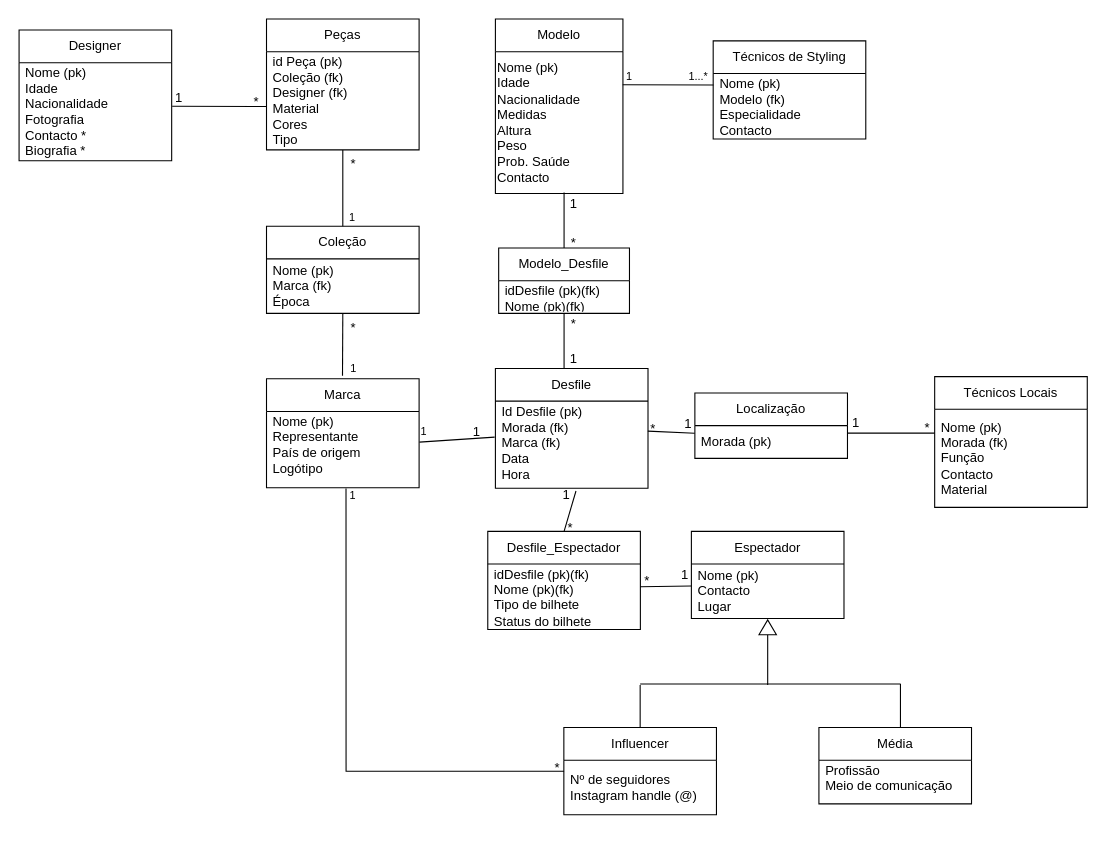
Above: uml_database.drawio in le0nor/BD2425-707 (draw.io), before the change. Source tidied: cells renumbered, new cells numbered last; positions are measured from the earlier drawing's top-left corner, leaving out a move shared by most shapes. Both pictures are drawn from the tidied source at 109%, with x=0, y=0 at pixel (19, 19).
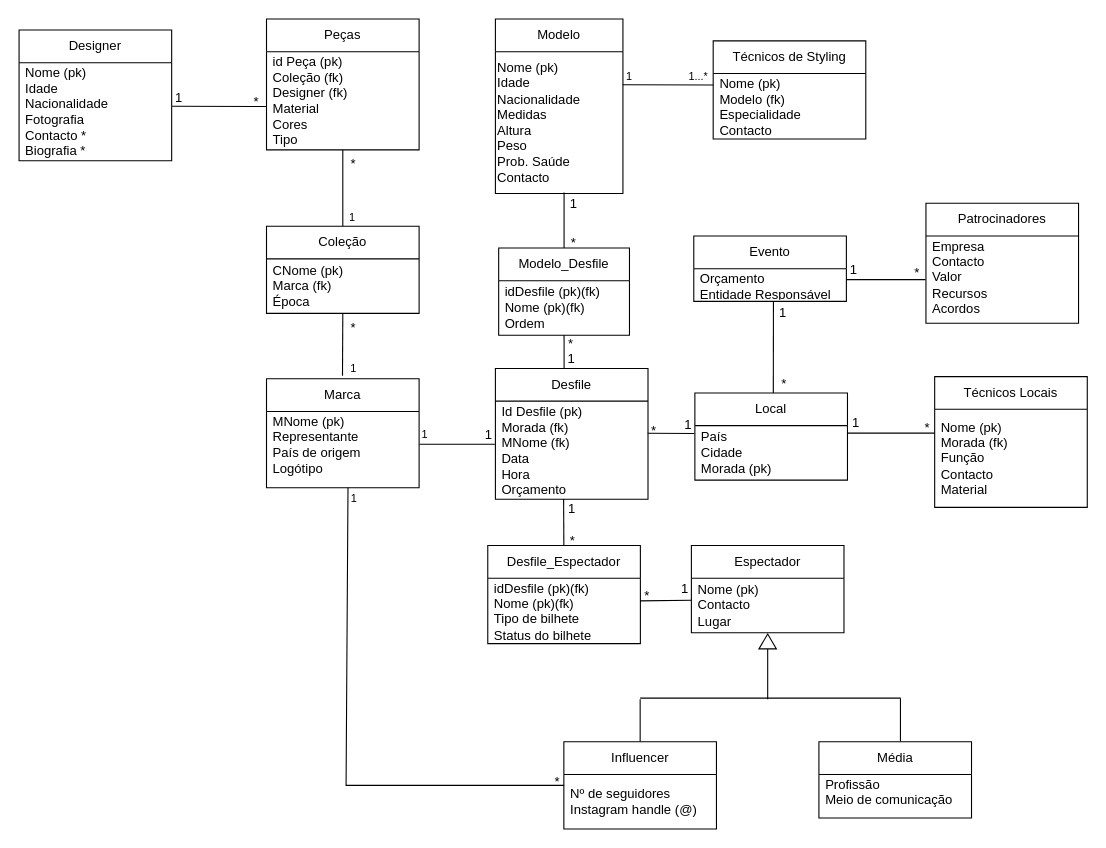
Above is the later version.

The change refers to these unchanged cells:
```xml
<mxCell id="2" value="Marca" style="swimlane;fontStyle=0;horizontal=1;startSize=30;whiteSpace=wrap;html=1;" parent="1" vertex="1">
  <mxGeometry x="227" y="330" width="140" height="100" as="geometry" />
</mxCell>
<mxCell id="6" value="Coleção" style="swimlane;fontStyle=0;horizontal=1;startSize=30;whiteSpace=wrap;html=1;" parent="1" vertex="1">
  <mxGeometry x="227" y="190" width="140" height="80" as="geometry" />
</mxCell>
```

Change to the diagram source:
```diff
@@
-    <mxCell id="3" value="Nome (pk)&lt;div&gt;Representante&amp;nbsp;&lt;/div&gt;&lt;div&gt;País de origem&lt;/div&gt;&lt;div&gt;Logótipo&lt;/div&gt;&lt;div&gt;&lt;br&gt;&lt;/div&gt;" style="text;strokeColor=none;fillColor=none;align=left;verticalAlign=middle;spacingLeft=4;spacingRight=4;overflow=hidden;points=[[0,0.5],[1,0.5]];portConstraint=eastwest;whiteSpace=wrap;html=1;" parent="2" vertex="1">
+    <mxCell id="3" value="MNome (pk)&lt;div&gt;Representante&amp;nbsp;&lt;/div&gt;&lt;div&gt;País de origem&lt;/div&gt;&lt;div&gt;Logótipo&lt;/div&gt;&lt;div&gt;&lt;br&gt;&lt;/div&gt;" style="text;strokeColor=none;fillColor=none;align=left;verticalAlign=middle;spacingLeft=4;spacingRight=4;overflow=hidden;points=[[0,0.5],[1,0.5]];portConstraint=eastwest;whiteSpace=wrap;html=1;" parent="2" vertex="1">
       <mxGeometry y="30" width="140" height="70" as="geometry" />
     </mxCell>
     <mxCell id="4" value="Desfile" style="swimlane;fontStyle=0;horizontal=1;startSize=30;whiteSpace=wrap;html=1;" parent="1" vertex="1">
-      <mxGeometry x="437" y="320.5" width="140" height="110" as="geometry" />
+      <mxGeometry x="437" y="320.5" width="140" height="120" as="geometry" />
     </mxCell>
-    <mxCell id="5" value="&lt;div&gt;&lt;span style=&quot;background-color: initial;&quot;&gt;Id Desfile (pk&lt;/span&gt;&lt;span style=&quot;background-color: initial;&quot;&gt;)&lt;/span&gt;&lt;/div&gt;&lt;div&gt;&lt;span style=&quot;background-color: initial;&quot;&gt;Morada (fk)&lt;/span&gt;&lt;/div&gt;&lt;div&gt;&lt;span style=&quot;background-color: initial;&quot;&gt;Marca (fk)&lt;/span&gt;&lt;/div&gt;Data&amp;nbsp;&lt;div&gt;Hora&lt;/div&gt;&lt;div&gt;&lt;br&gt;&lt;/div&gt;" style="text;strokeColor=none;fillColor=none;align=left;verticalAlign=middle;spacingLeft=4;spacingRight=4;overflow=hidden;points=[[0,0.5],[1,0.5]];portConstraint=eastwest;whiteSpace=wrap;html=1;" parent="4" vertex="1">
-      <mxGeometry y="30" width="140" height="80" as="geometry" />
+    <mxCell id="5" value="&lt;div&gt;&lt;span style=&quot;background-color: initial;&quot;&gt;Id Desfile (pk&lt;/span&gt;&lt;span style=&quot;background-color: initial;&quot;&gt;)&lt;/span&gt;&lt;/div&gt;&lt;div&gt;&lt;span style=&quot;background-color: initial;&quot;&gt;Morada (fk)&lt;/span&gt;&lt;/div&gt;&lt;div&gt;&lt;span style=&quot;background-color: initial;&quot;&gt;MNome (fk)&lt;/span&gt;&lt;/div&gt;Data&amp;nbsp;&lt;div&gt;Hora&lt;/div&gt;&lt;div&gt;Orçamento&lt;/div&gt;" style="text;strokeColor=none;fillColor=none;align=left;verticalAlign=middle;spacingLeft=4;spacingRight=4;overflow=hidden;points=[[0,0.5],[1,0.5]];portConstraint=eastwest;whiteSpace=wrap;html=1;" parent="4" vertex="1">
+      <mxGeometry y="30" width="140" height="90" as="geometry" />
     </mxCell>
@@
-    <mxCell id="7" value="Nome (pk)&lt;div&gt;Marca (fk)&lt;br&gt;&lt;div&gt;Época&lt;/div&gt;&lt;/div&gt;" style="text;strokeColor=none;fillColor=none;align=left;verticalAlign=middle;spacingLeft=4;spacingRight=4;overflow=hidden;whiteSpace=wrap;html=1;" parent="6" vertex="1">
+    <mxCell id="7" value="CNome (pk)&lt;div&gt;Marca (fk)&lt;br&gt;&lt;div&gt;Época&lt;/div&gt;&lt;/div&gt;" style="text;strokeColor=none;fillColor=none;align=left;verticalAlign=middle;spacingLeft=4;spacingRight=4;overflow=hidden;whiteSpace=wrap;html=1;" parent="6" vertex="1">
       <mxGeometry y="30" width="140" height="50" as="geometry" />
     </mxCell>
@@
-    <mxCell id="16" style="endArrow=none;html=1;rounded=0;exitX=1.002;exitY=0.345;exitDx=0;exitDy=0;entryX=-0.005;entryY=0.413;entryDx=0;entryDy=0;entryPerimeter=0;exitPerimeter=0;" parent="1" edge="1" target="5">
+    <mxCell id="16" style="endArrow=none;html=1;rounded=0;exitX=1.002;exitY=0.345;exitDx=0;exitDy=0;entryX=-0.004;entryY=0.439;entryDx=0;entryDy=0;entryPerimeter=0;exitPerimeter=0;" parent="1" edge="1" target="5">
       <mxGeometry relative="1" as="geometry">
-        <mxPoint x="367.3" y="388.1" as="sourcePoint" />
+        <mxPoint x="367.3" y="390.1" as="sourcePoint" />
       </mxGeometry>
     </mxCell>
     <mxCell id="17" style="endArrow=none;html=1;rounded=0;" parent="1" edge="1">
       <mxGeometry relative="1" as="geometry">
-        <mxPoint x="569.8" y="610" as="sourcePoint" />
-        <mxPoint x="808.8" y="610" as="targetPoint" />
+        <mxPoint x="569.8" y="623" as="sourcePoint" />
+        <mxPoint x="808.8" y="623" as="targetPoint" />
       </mxGeometry>
     </mxCell>
     <mxCell id="18" value="Influencer" style="swimlane;fontStyle=0;horizontal=1;startSize=30;whiteSpace=wrap;html=1;" parent="1" vertex="1">
-      <mxGeometry x="499.8" y="650" width="140" height="80" as="geometry" />
+      <mxGeometry x="499.8" y="663" width="140" height="80" as="geometry" />
     </mxCell>
@@
-    <mxCell id="20" style="endArrow=none;html=1;rounded=0;entryX=0.521;entryY=1.008;entryDx=0;entryDy=0;entryPerimeter=0;" parent="1" edge="1" target="3">
+    <mxCell id="20" style="endArrow=none;html=1;rounded=0;entryX=0.534;entryY=1;entryDx=0;entryDy=0;entryPerimeter=0;" parent="1" edge="1" target="3">
       <mxGeometry relative="1" as="geometry">
-        <mxPoint x="300" y="690" as="sourcePoint" />
+        <mxPoint x="300" y="703" as="sourcePoint" />
         <Array as="points">
-          <mxPoint x="500" y="690" />
-          <mxPoint x="300" y="690" />
+          <mxPoint x="500" y="703" />
+          <mxPoint x="300" y="703" />
         </Array>
       </mxGeometry>
     </mxCell>
     <mxCell id="21" style="endArrow=none;html=1;rounded=0;exitX=0.5;exitY=0;exitDx=0;exitDy=0;" parent="1" edge="1" source="18">
       <mxGeometry relative="1" as="geometry">
-        <mxPoint x="569.8" y="611" as="targetPoint" />
+        <mxPoint x="569.8" y="624" as="targetPoint" />
       </mxGeometry>
     </mxCell>
     <mxCell id="22" style="endArrow=none;html=1;rounded=0;" parent="1" edge="1">
       <mxGeometry relative="1" as="geometry">
-        <mxPoint x="808.6" y="650" as="sourcePoint" />
-        <mxPoint x="808.6" y="610" as="targetPoint" />
+        <mxPoint x="808.6" y="663" as="sourcePoint" />
+        <mxPoint x="808.6" y="623" as="targetPoint" />
       </mxGeometry>
     </mxCell>
     <mxCell id="23" value="Média" style="swimlane;fontStyle=0;horizontal=1;startSize=30;whiteSpace=wrap;html=1;" parent="1" vertex="1">
-      <mxGeometry x="733.8" y="650" width="140" height="70" as="geometry" />
+      <mxGeometry x="733.8" y="663" width="140" height="70" as="geometry" />
     </mxCell>
@@
     <mxCell id="25" value="Desfile_Espectador" style="swimlane;fontStyle=0;horizontal=1;startSize=30;whiteSpace=wrap;html=1;" parent="1" vertex="1">
-      <mxGeometry x="430" y="470" width="140" height="90" as="geometry" />
+      <mxGeometry x="430" y="483" width="140" height="90" as="geometry" />
     </mxCell>
@@
     <mxCell id="32" value="Espectador" style="swimlane;fontStyle=0;horizontal=1;startSize=30;whiteSpace=wrap;html=1;" parent="1" vertex="1">
-      <mxGeometry x="616.8" y="470" width="140" height="80" as="geometry" />
+      <mxGeometry x="616.8" y="483" width="140" height="80" as="geometry" />
     </mxCell>
@@
     <mxCell id="34" style="endArrow=none;html=1;rounded=0;" parent="1" edge="1" target="35">
       <mxGeometry relative="1" as="geometry">
-        <mxPoint x="686.8" y="611" as="sourcePoint" />
+        <mxPoint x="686.8" y="624" as="sourcePoint" />
       </mxGeometry>
     </mxCell>
     <mxCell id="35" style="triangle;whiteSpace=wrap;html=1;rotation=-90;" parent="1" vertex="1">
-      <mxGeometry x="680" y="550" width="13.6" height="16" as="geometry" />
+      <mxGeometry x="680" y="563" width="13.6" height="16" as="geometry" />
     </mxCell>
     <mxCell id="36" value="*" style="text;html=1;align=center;verticalAlign=middle;whiteSpace=wrap;rounded=0;" parent="1" vertex="1">
-      <mxGeometry x="571" y="515" width="10.8" as="geometry" />
+      <mxGeometry x="571" y="528" width="10.8" as="geometry" />
     </mxCell>
     <mxCell id="37" value="&lt;font style=&quot;font-size: 10px;&quot;&gt;1&lt;/font&gt;" style="text;html=1;align=center;verticalAlign=middle;whiteSpace=wrap;rounded=0;" parent="1" vertex="1">
-      <mxGeometry x="303.5" y="432" width="5" height="10" as="geometry" />
+      <mxGeometry x="304.5" y="435" width="5" height="10" as="geometry" />
     </mxCell>
     <mxCell id="38" value="*" style="text;html=1;align=center;verticalAlign=middle;whiteSpace=wrap;rounded=0;" parent="1" vertex="1">
-      <mxGeometry x="488.5" y="686" width="10" as="geometry" />
+      <mxGeometry x="488.5" y="699" width="10" as="geometry" />
     </mxCell>
     <mxCell id="39" value="&lt;font style=&quot;font-size: 10px;&quot;&gt;1&lt;/font&gt;" style="text;html=1;align=center;verticalAlign=middle;whiteSpace=wrap;rounded=0;" parent="1" vertex="1">
-      <mxGeometry x="368" y="376.5" width="7" height="2" as="geometry" />
+      <mxGeometry x="369" y="379.5" width="7" height="2" as="geometry" />
     </mxCell>
@@
     <mxCell id="45" value="*" style="text;html=1;align=center;verticalAlign=middle;whiteSpace=wrap;rounded=0;" parent="1" vertex="1">
-      <mxGeometry x="479" y="265" width="60" height="30" as="geometry" />
+      <mxGeometry x="501.5" y="297" width="9" as="geometry" />
     </mxCell>
@@
     <mxCell id="51" value="Modelo_Desfile" style="swimlane;fontStyle=0;horizontal=1;startSize=30;whiteSpace=wrap;html=1;" parent="1" vertex="1">
-      <mxGeometry x="440" y="210" width="120" height="60" as="geometry" />
+      <mxGeometry x="440" y="210" width="120" height="80" as="geometry" />
     </mxCell>
-    <mxCell id="52" value="idDesfile (pk)(fk)&lt;div&gt;Nome (pk)(fk)&lt;/div&gt;" style="text;strokeColor=none;fillColor=none;align=left;verticalAlign=middle;spacingLeft=4;spacingRight=4;overflow=hidden;whiteSpace=wrap;html=1;" parent="51" vertex="1">
-      <mxGeometry y="30" width="120" height="30" as="geometry" />
+    <mxCell id="52" value="idDesfile (pk)(fk)&lt;div&gt;Nome (pk)(fk)&lt;/div&gt;&lt;div&gt;Ordem&amp;nbsp;&lt;/div&gt;" style="text;strokeColor=none;fillColor=none;align=left;verticalAlign=middle;spacingLeft=4;spacingRight=4;overflow=hidden;whiteSpace=wrap;html=1;" parent="51" vertex="1">
+      <mxGeometry y="30" width="120" height="50" as="geometry" />
     </mxCell>
@@
-    <mxCell id="55" style="endArrow=none;html=1;rounded=0;" parent="1" edge="1">
+    <mxCell id="55" style="endArrow=none;html=1;rounded=0;exitX=-0.21;exitY=0.809;exitDx=0;exitDy=0;exitPerimeter=0;" parent="1" edge="1" source="56">
       <mxGeometry relative="1" as="geometry">
-        <mxPoint x="500" y="320" as="sourcePoint" />
-        <mxPoint x="500" y="270" as="targetPoint" />
+        <mxPoint x="500" y="290" as="targetPoint" />
       </mxGeometry>
     </mxCell>
     <mxCell id="56" value="1" style="text;html=1;align=center;verticalAlign=middle;whiteSpace=wrap;rounded=0;" parent="1" vertex="1">
-      <mxGeometry x="504.1" y="296.5" width="9.8" height="30" as="geometry" />
+      <mxGeometry x="502.1" y="296.5" width="9.8" height="30" as="geometry" />
     </mxCell>
@@
     <mxCell id="60" value="1" style="text;html=1;align=center;verticalAlign=middle;whiteSpace=wrap;rounded=0;" parent="1" vertex="1">
-      <mxGeometry x="417" y="375.5" width="6" height="6" as="geometry" />
+      <mxGeometry x="429" y="380" width="4" height="4.5" as="geometry" />
     </mxCell>
-    <mxCell id="61" style="endArrow=none;html=1;rounded=0;exitX=0.999;exitY=0.344;exitDx=0;exitDy=0;exitPerimeter=0;entryX=-0.001;entryY=0.231;entryDx=0;entryDy=0;entryPerimeter=0;" parent="1" edge="1" source="5" target="63">
+    <mxCell id="61" style="endArrow=none;html=1;rounded=0;exitX=0.998;exitY=0.327;exitDx=0;exitDy=0;exitPerimeter=0;entryX=-0.002;entryY=0.145;entryDx=0;entryDy=0;entryPerimeter=0;" parent="1" edge="1" source="5" target="63">
       <mxGeometry relative="1" as="geometry" />
     </mxCell>
-    <mxCell id="62" value="Localização" style="swimlane;fontStyle=0;horizontal=1;startSize=30;whiteSpace=wrap;html=1;" parent="1" vertex="1">
-      <mxGeometry x="620" y="343" width="140" height="60" as="geometry" />
+    <mxCell id="62" value="Local" style="swimlane;fontStyle=0;horizontal=1;startSize=30;whiteSpace=wrap;html=1;" parent="1" vertex="1">
+      <mxGeometry x="620" y="343" width="140" height="80" as="geometry" />
     </mxCell>
-    <mxCell id="63" value="Morada (pk)" style="text;strokeColor=none;fillColor=none;align=left;verticalAlign=middle;spacingLeft=4;spacingRight=4;overflow=hidden;points=[[0,0.5],[1,0.5]];portConstraint=eastwest;whiteSpace=wrap;html=1;" parent="62" vertex="1">
-      <mxGeometry y="30" width="140" height="30" as="geometry" />
+    <mxCell id="63" value="País&lt;div&gt;Cidade&lt;/div&gt;&lt;div&gt;&lt;span style=&quot;background-color: initial;&quot;&gt;Morada (pk)&lt;/span&gt;&lt;/div&gt;" style="text;strokeColor=none;fillColor=none;align=left;verticalAlign=middle;spacingLeft=4;spacingRight=4;overflow=hidden;points=[[0,0.5],[1,0.5]];portConstraint=eastwest;whiteSpace=wrap;html=1;" parent="62" vertex="1">
+      <mxGeometry y="30" width="140" height="50" as="geometry" />
     </mxCell>
@@
     <mxCell id="65" value="1" style="text;html=1;align=center;verticalAlign=middle;whiteSpace=wrap;rounded=0;" parent="1" vertex="1">
-      <mxGeometry x="498.5" y="431" width="7" height="11" as="geometry" />
+      <mxGeometry x="503.5" y="444" width="7" height="11" as="geometry" />
     </mxCell>
@@
-    <mxCell id="67" style="endArrow=none;html=1;rounded=0;entryX=0.5;entryY=0;entryDx=0;entryDy=0;exitX=0.528;exitY=1.031;exitDx=0;exitDy=0;exitPerimeter=0;" parent="1" edge="1" source="5" target="25">
-      <mxGeometry relative="1" as="geometry" />
+    <mxCell id="67" style="endArrow=none;html=1;rounded=0;entryX=0.57;entryY=-0.004;entryDx=0;entryDy=0;exitX=0.447;exitY=0.997;exitDx=0;exitDy=0;exitPerimeter=0;entryPerimeter=0;" parent="1" edge="1" source="5">
+      <mxGeometry relative="1" as="geometry">
+        <mxPoint x="499.8" y="482.6" as="targetPoint" />
+      </mxGeometry>
     </mxCell>
     <mxCell id="68" value="*" style="text;html=1;align=center;verticalAlign=middle;whiteSpace=wrap;rounded=0;" parent="1" vertex="1">
-      <mxGeometry x="500.8" y="466" width="10" height="2" as="geometry" />
+      <mxGeometry x="502.8" y="478" width="10" height="2" as="geometry" />
     </mxCell>
     <mxCell id="69" value="1" style="text;html=1;align=center;verticalAlign=middle;whiteSpace=wrap;rounded=0;" parent="1" vertex="1">
-      <mxGeometry x="596" y="500" width="30" height="20" as="geometry" />
+      <mxGeometry x="596" y="513" width="30" height="20" as="geometry" />
     </mxCell>
     <mxCell id="70" value="1" style="text;html=1;align=center;verticalAlign=middle;whiteSpace=wrap;rounded=0;" parent="1" vertex="1">
-      <mxGeometry x="606.8" y="367" width="14" height="10" as="geometry" />
+      <mxGeometry x="606.8" y="368" width="14" height="10" as="geometry" />
     </mxCell>
     <mxCell id="71" value="*" style="text;html=1;align=center;verticalAlign=middle;whiteSpace=wrap;rounded=0;" parent="1" vertex="1">
-      <mxGeometry x="576.5" y="368" width="10" height="15" as="geometry" />
+      <mxGeometry x="579" y="377" width="6.5" height="2" as="geometry" />
     </mxCell>
+    <mxCell id="72" value="Evento" style="swimlane;fontStyle=0;horizontal=1;startSize=30;whiteSpace=wrap;html=1;" parent="1" vertex="1">
+      <mxGeometry x="619" y="199" width="140" height="60" as="geometry" />
+    </mxCell>
+    <mxCell id="73" value="Orçamento&lt;div&gt;Entidade Responsável&lt;/div&gt;" style="text;strokeColor=none;fillColor=none;align=left;verticalAlign=middle;spacingLeft=4;spacingRight=4;overflow=hidden;points=[[0,0.5],[1,0.5]];portConstraint=eastwest;whiteSpace=wrap;html=1;" parent="72" vertex="1">
+      <mxGeometry y="30" width="140" height="30" as="geometry" />
+    </mxCell>
+    <mxCell id="74" style="endArrow=none;html=1;rounded=0;entryX=0.522;entryY=1.012;entryDx=0;entryDy=0;entryPerimeter=0;exitX=0.514;exitY=0;exitDx=0;exitDy=0;exitPerimeter=0;" parent="1" edge="1" source="62" target="73">
+      <mxGeometry relative="1" as="geometry" />
+    </mxCell>
+    <mxCell id="75" value="1" style="text;html=1;align=center;verticalAlign=middle;whiteSpace=wrap;rounded=0;" parent="1" vertex="1">
+      <mxGeometry x="700" y="269" width="1" height="1" as="geometry" />
+    </mxCell>
+    <mxCell id="76" value="*" style="text;html=1;align=center;verticalAlign=middle;whiteSpace=wrap;rounded=0;" parent="1" vertex="1">
+      <mxGeometry x="701" y="333" width="1" height="4" as="geometry" />
+    </mxCell>
+    <mxCell id="77" value="Patrocinadores" style="swimlane;fontStyle=0;horizontal=1;startSize=30;whiteSpace=wrap;html=1;" parent="1" vertex="1">
+      <mxGeometry x="832" y="169" width="140" height="110" as="geometry" />
+    </mxCell>
+    <mxCell id="78" value="Empresa&lt;div&gt;Contacto&lt;/div&gt;&lt;div&gt;Valor&lt;/div&gt;&lt;div&gt;Recursos&lt;/div&gt;&lt;div&gt;Acordos&lt;/div&gt;&lt;div&gt;&lt;br&gt;&lt;/div&gt;" style="text;strokeColor=none;fillColor=none;align=left;verticalAlign=middle;spacingLeft=4;spacingRight=4;overflow=hidden;whiteSpace=wrap;html=1;" parent="77" vertex="1">
+      <mxGeometry y="30" width="140" height="80" as="geometry" />
+    </mxCell>
+    <mxCell id="79" style="endArrow=none;html=1;rounded=0;entryX=-0.003;entryY=0.388;entryDx=0;entryDy=0;entryPerimeter=0;" parent="1" edge="1">
+      <mxGeometry relative="1" as="geometry">
+        <mxPoint x="759" y="239" as="sourcePoint" />
+        <mxPoint x="831.6" y="239" as="targetPoint" />
+      </mxGeometry>
+    </mxCell>
+    <mxCell id="80" value="*" style="text;html=1;align=center;verticalAlign=middle;whiteSpace=wrap;rounded=0;" parent="1" vertex="1">
+      <mxGeometry x="823" y="231" width="1" height="4" as="geometry" />
+    </mxCell>
+    <mxCell id="81" value="1" style="text;html=1;align=center;verticalAlign=middle;whiteSpace=wrap;rounded=0;" parent="1" vertex="1">
+      <mxGeometry x="765" y="228" width="1" height="4" as="geometry" />
+    </mxCell>
```
